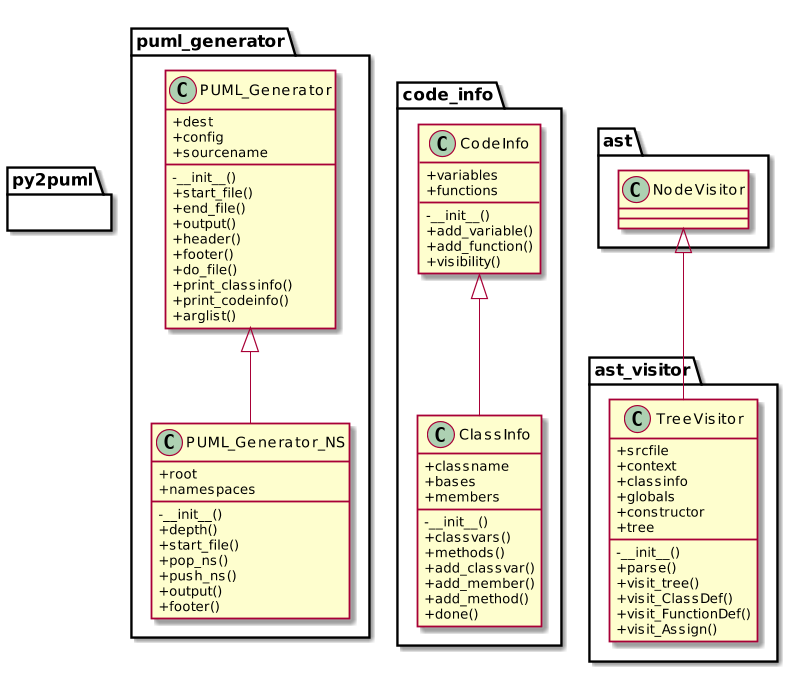
deadbok/py-puml-tools keeps this PlantUML diagram as py2puml/examples/py2puml-custom.png. Above is the earlier version.
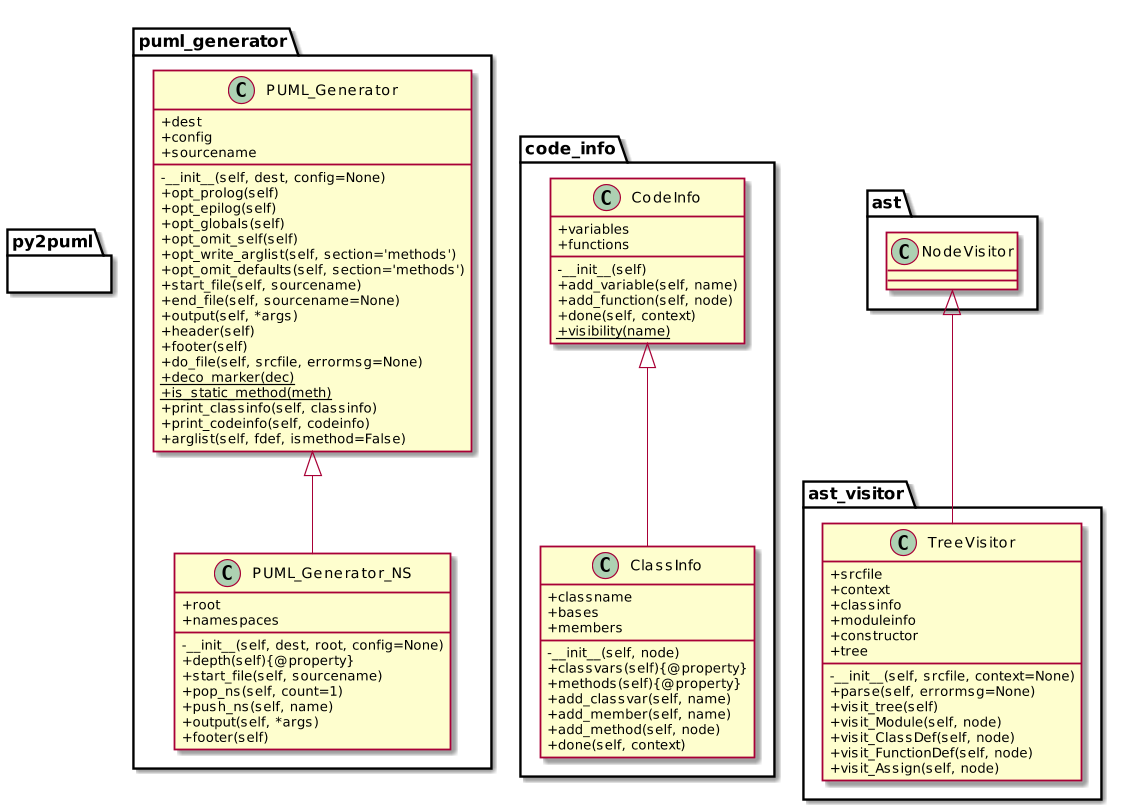
After the commit.

The edit, as a diff of the source:
```diff
@@ -10,29 +10,37 @@
     +dest
     +config
     +sourcename
-    -__init__()
-    +start_file()
-    +end_file()
-    +output()
-    +header()
-    +footer()
-    +do_file()
-    +print_classinfo()
-    +print_codeinfo()
-    +arglist()
+    -__init__(self, dest, config=None)
+    +opt_prolog(self)
+    +opt_epilog(self)
+    +opt_globals(self)
+    +opt_omit_self(self)
+    +opt_write_arglist(self, section='methods')
+    +opt_omit_defaults(self, section='methods')
+    +start_file(self, sourcename)
+    +end_file(self, sourcename=None)
+    +output(self, *args)
+    +header(self)
+    +footer(self)
+    +do_file(self, srcfile, errormsg=None)
+    +deco_marker(dec){static}
+    +is_static_method(meth){static}
+    +print_classinfo(self, classinfo)
+    +print_codeinfo(self, codeinfo)
+    +arglist(self, fdef, ismethod=False)
   }
 
   PUML_Generator <|-- PUML_Generator_NS
   class PUML_Generator_NS {
     +root
     +namespaces
-    -__init__()
-    +depth()
-    +start_file()
-    +pop_ns()
-    +push_ns()
-    +output()
-    +footer()
+    -__init__(self, dest, root, config=None)
+    +depth(self){@property}
+    +start_file(self, sourcename)
+    +pop_ns(self, count=1)
+    +push_ns(self, name)
+    +output(self, *args)
+    +footer(self)
   }
 
 }
@@ -40,10 +48,11 @@
   class CodeInfo {
     +variables
     +functions
-    -__init__()
-    +add_variable()
-    +add_function()
-    +visibility()
+    -__init__(self)
+    +add_variable(self, name)
+    +add_function(self, node)
+    +done(self, context)
+    +visibility(name){static}
   }
 
   CodeInfo <|-- ClassInfo
@@ -51,13 +60,13 @@
     +classname
     +bases
     +members
-    -__init__()
-    +classvars()
-    +methods()
-    +add_classvar()
-    +add_member()
-    +add_method()
-    +done()
+    -__init__(self, node)
+    +classvars(self){@property}
+    +methods(self){@property}
+    +add_classvar(self, name)
+    +add_member(self, name)
+    +add_method(self, node)
+    +done(self, context)
   }
 
 }
@@ -67,15 +76,16 @@
     +srcfile
     +context
     +classinfo
-    +globals
+    +moduleinfo
     +constructor
     +tree
-    -__init__()
-    +parse()
-    +visit_tree()
-    +visit_ClassDef()
-    +visit_FunctionDef()
-    +visit_Assign()
+    -__init__(self, srcfile, context=None)
+    +parse(self, errormsg=None)
+    +visit_tree(self)
+    +visit_Module(self, node)
+    +visit_ClassDef(self, node)
+    +visit_FunctionDef(self, node)
+    +visit_Assign(self, node)
   }
 
 }
```
